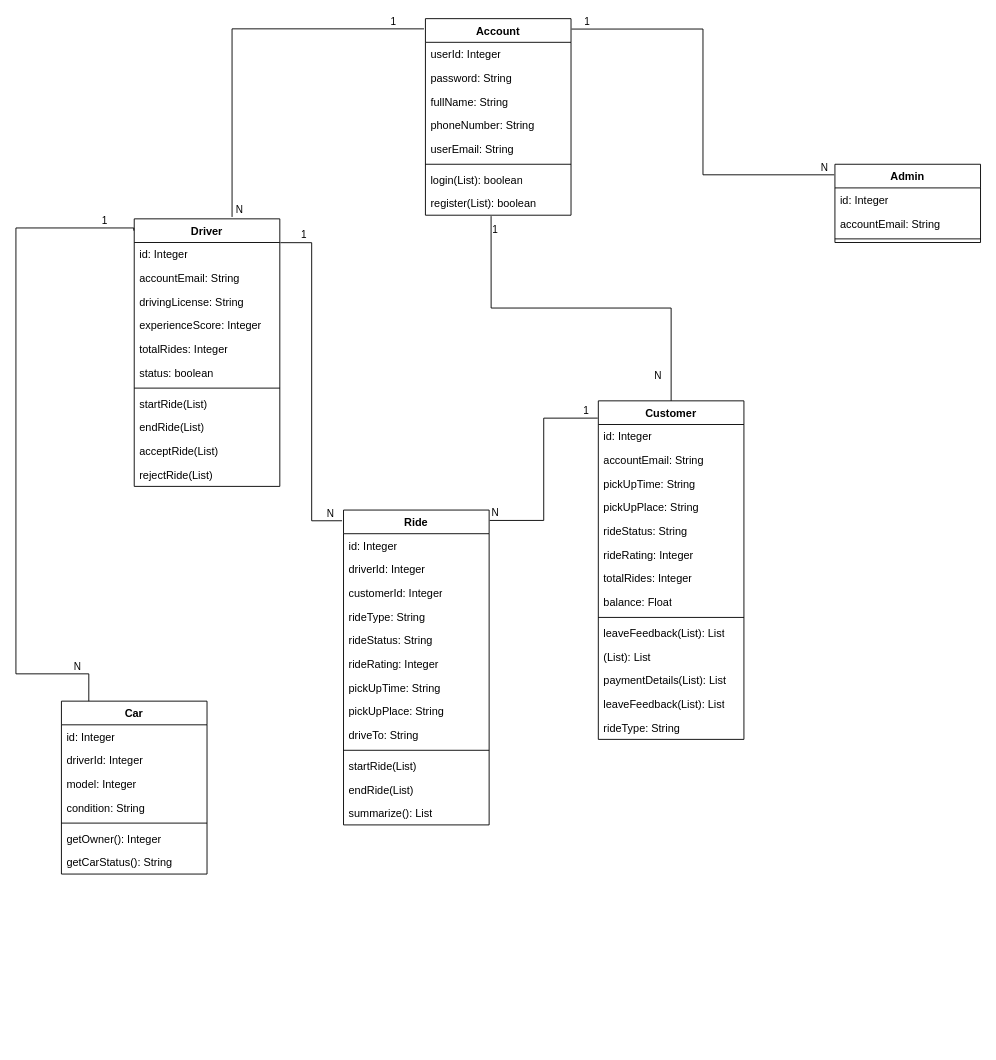
Before: ClassDia.drawio in hard-gainer/UML, a draw.io diagram. Source tidied: cells renumbered, new cells numbered last; positions are measured from the earlier drawing's top-left corner, leaving out a move shared by most shapes. Both pictures are drawn from the tidied source at 91%, with x=0, y=0 at pixel (15, 18).
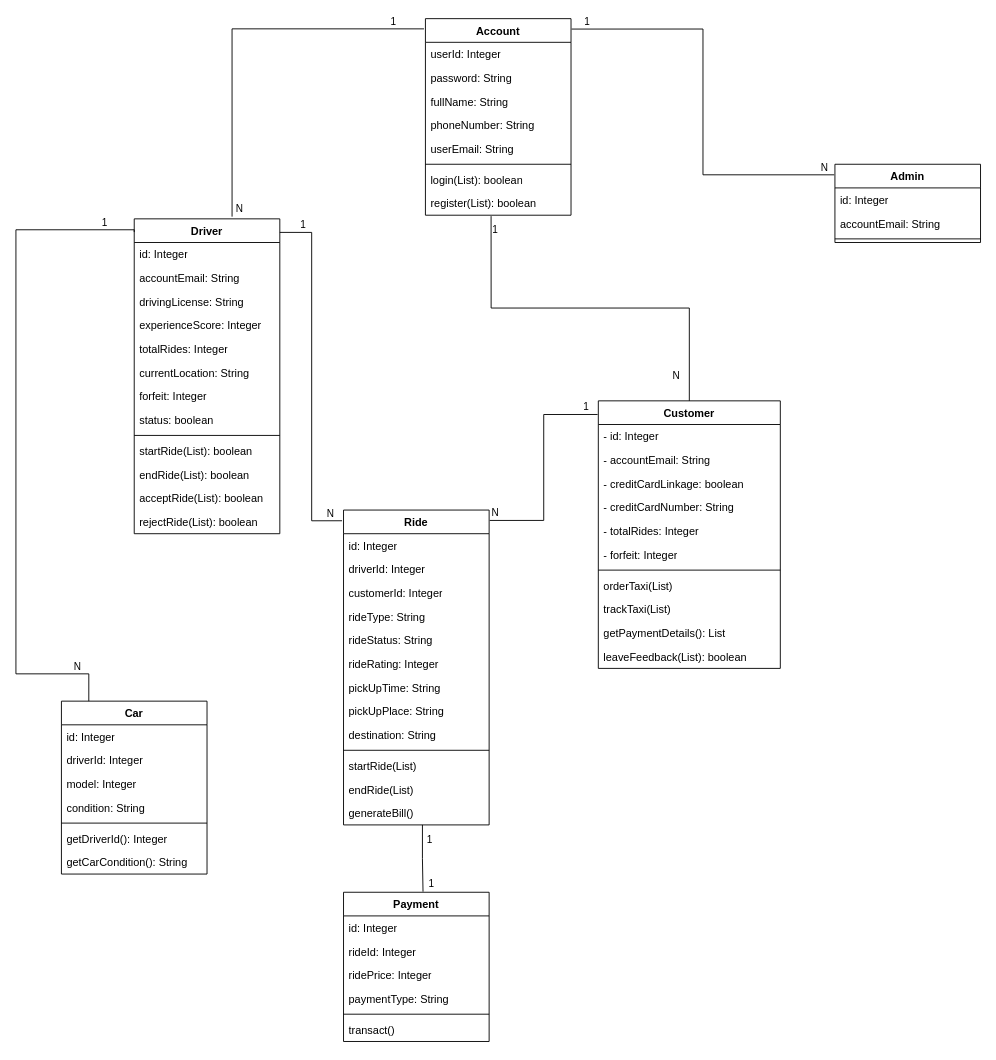
The same diagram, later.

The change refers to these unchanged cells:
```xml
<mxCell id="38" value="Car" style="swimlane;fontStyle=1;align=center;verticalAlign=top;horizontal=1;startSize=26;whiteSpace=wrap;html=1;" parent="1" vertex="1">
  <mxGeometry x="50" y="750" width="160" height="190" as="geometry" />
</mxCell>
<mxCell id="46" value="Ride" style="swimlane;fontStyle=1;align=center;verticalAlign=top;horizontal=1;startSize=26;whiteSpace=wrap;html=1;" parent="1" vertex="1">
  <mxGeometry x="360" y="540" width="160" height="346" as="geometry" />
</mxCell>
```

Diff of the diagram source:
```diff
@@
     <mxCell id="11" value="Customer" style="swimlane;fontStyle=1;align=center;verticalAlign=top;horizontal=1;startSize=26;whiteSpace=wrap;html=1;" parent="1" vertex="1">
-      <mxGeometry x="640" y="420" width="160" height="372" as="geometry" />
+      <mxGeometry x="640" y="420" width="200" height="294" as="geometry" />
     </mxCell>
-    <mxCell id="12" value="id: Integer" style="text;strokeColor=none;fillColor=none;align=left;verticalAlign=top;spacingLeft=4;spacingRight=4;overflow=hidden;whiteSpace=wrap;html=1;" parent="11" vertex="1">
-      <mxGeometry y="26" width="160" height="26" as="geometry" />
+    <mxCell id="12" value="- id: Integer" style="text;strokeColor=none;fillColor=none;align=left;verticalAlign=top;spacingLeft=4;spacingRight=4;overflow=hidden;whiteSpace=wrap;html=1;" parent="11" vertex="1">
+      <mxGeometry y="26" width="200" height="26" as="geometry" />
     </mxCell>
-    <mxCell id="13" value="accountEmail: String" style="text;strokeColor=none;fillColor=none;align=left;verticalAlign=top;spacingLeft=4;spacingRight=4;overflow=hidden;whiteSpace=wrap;html=1;" parent="11" vertex="1">
-      <mxGeometry y="52" width="160" height="26" as="geometry" />
+    <mxCell id="13" value="- accountEmail: String" style="text;strokeColor=none;fillColor=none;align=left;verticalAlign=top;spacingLeft=4;spacingRight=4;overflow=hidden;whiteSpace=wrap;html=1;" parent="11" vertex="1">
+      <mxGeometry y="52" width="200" height="26" as="geometry" />
     </mxCell>
-    <mxCell id="14" value="pickUpTime: String" style="text;strokeColor=none;fillColor=none;align=left;verticalAlign=top;spacingLeft=4;spacingRight=4;overflow=hidden;whiteSpace=wrap;html=1;" parent="11" vertex="1">
-      <mxGeometry y="78" width="160" height="26" as="geometry" />
-    </mxCell>
-    <mxCell id="15" value="pickUpPlace: String" style="text;strokeColor=none;fillColor=none;align=left;verticalAlign=top;spacingLeft=4;spacingRight=4;overflow=hidden;whiteSpace=wrap;html=1;" parent="11" vertex="1">
-      <mxGeometry y="104" width="160" height="26" as="geometry" />
-    </mxCell>
-    <mxCell id="16" value="rideStatus: String" style="text;strokeColor=none;fillColor=none;align=left;verticalAlign=top;spacingLeft=4;spacingRight=4;overflow=hidden;whiteSpace=wrap;html=1;" parent="11" vertex="1">
-      <mxGeometry y="130" width="160" height="26" as="geometry" />
-    </mxCell>
-    <mxCell id="17" value="rideRating: Integer" style="text;strokeColor=none;fillColor=none;align=left;verticalAlign=top;spacingLeft=4;spacingRight=4;overflow=hidden;whiteSpace=wrap;html=1;" parent="11" vertex="1">
-      <mxGeometry y="156" width="160" height="26" as="geometry" />
-    </mxCell>
+    <mxCell id="82" value="- creditCardLinkage: boolean" style="text;strokeColor=none;fillColor=none;align=left;verticalAlign=top;spacingLeft=4;spacingRight=4;overflow=hidden;whiteSpace=wrap;html=1;" parent="11" vertex="1">
+      <mxGeometry y="78" width="200" height="26" as="geometry" />
+    </mxCell>
+    <mxCell id="83" value="- creditCardNumber: String" style="text;strokeColor=none;fillColor=none;align=left;verticalAlign=top;spacingLeft=4;spacingRight=4;overflow=hidden;whiteSpace=wrap;html=1;" parent="11" vertex="1">
+      <mxGeometry y="104" width="200" height="26" as="geometry" />
+    </mxCell>
-    <mxCell id="18" value="totalRides: Integer" style="text;strokeColor=none;fillColor=none;align=left;verticalAlign=top;spacingLeft=4;spacingRight=4;overflow=hidden;whiteSpace=wrap;html=1;" parent="11" vertex="1">
-      <mxGeometry y="182" width="160" height="26" as="geometry" />
+    <mxCell id="18" value="- totalRides: Integer" style="text;strokeColor=none;fillColor=none;align=left;verticalAlign=top;spacingLeft=4;spacingRight=4;overflow=hidden;whiteSpace=wrap;html=1;" parent="11" vertex="1">
+      <mxGeometry y="130" width="200" height="26" as="geometry" />
     </mxCell>
-    <mxCell id="19" value="balance: Float" style="text;strokeColor=none;fillColor=none;align=left;verticalAlign=top;spacingLeft=4;spacingRight=4;overflow=hidden;whiteSpace=wrap;html=1;" parent="11" vertex="1">
-      <mxGeometry y="208" width="160" height="26" as="geometry" />
-    </mxCell>
+    <mxCell id="84" value="- forfeit: Integer" style="text;strokeColor=none;fillColor=none;align=left;verticalAlign=top;spacingLeft=4;spacingRight=4;overflow=hidden;whiteSpace=wrap;html=1;" parent="11" vertex="1">
+      <mxGeometry y="156" width="200" height="26" as="geometry" />
+    </mxCell>
     <mxCell id="20" style="line;strokeWidth=1;fillColor=none;align=left;verticalAlign=middle;spacingTop=-1;spacingLeft=3;spacingRight=3;labelPosition=right;strokeColor=inherit;" parent="11" vertex="1">
-      <mxGeometry y="234" width="160" height="8" as="geometry" />
+      <mxGeometry y="182" width="200" height="8" as="geometry" />
     </mxCell>
-    <mxCell id="21" value="leaveFeedback(List): List" style="text;strokeColor=none;fillColor=none;align=left;verticalAlign=top;spacingLeft=4;spacingRight=4;overflow=hidden;whiteSpace=wrap;html=1;" parent="11" vertex="1">
-      <mxGeometry y="242" width="160" height="26" as="geometry" />
-    </mxCell>
-    <mxCell id="22" value="(List): List" style="text;strokeColor=none;fillColor=none;align=left;verticalAlign=top;spacingLeft=4;spacingRight=4;overflow=hidden;whiteSpace=wrap;html=1;" parent="11" vertex="1">
-      <mxGeometry y="268" width="160" height="26" as="geometry" />
-    </mxCell>
+    <mxCell id="85" value="orderTaxi(List)" style="text;strokeColor=none;fillColor=none;align=left;verticalAlign=top;spacingLeft=4;spacingRight=4;overflow=hidden;whiteSpace=wrap;html=1;" parent="11" vertex="1">
+      <mxGeometry y="190" width="200" height="26" as="geometry" />
+    </mxCell>
+    <mxCell id="86" value="trackTaxi(List)" style="text;strokeColor=none;fillColor=none;align=left;verticalAlign=top;spacingLeft=4;spacingRight=4;overflow=hidden;whiteSpace=wrap;html=1;" parent="11" vertex="1">
+      <mxGeometry y="216" width="200" height="26" as="geometry" />
+    </mxCell>
-    <mxCell id="23" value="paymentDetails(List): List" style="text;strokeColor=none;fillColor=none;align=left;verticalAlign=top;spacingLeft=4;spacingRight=4;overflow=hidden;whiteSpace=wrap;html=1;" parent="11" vertex="1">
-      <mxGeometry y="294" width="160" height="26" as="geometry" />
+    <mxCell id="23" value="getPaymentDetails(): List" style="text;strokeColor=none;fillColor=none;align=left;verticalAlign=top;spacingLeft=4;spacingRight=4;overflow=hidden;whiteSpace=wrap;html=1;" parent="11" vertex="1">
+      <mxGeometry y="242" width="200" height="26" as="geometry" />
     </mxCell>
-    <mxCell id="24" value="leaveFeedback(List): List" style="text;strokeColor=none;fillColor=none;align=left;verticalAlign=top;spacingLeft=4;spacingRight=4;overflow=hidden;whiteSpace=wrap;html=1;" parent="11" vertex="1">
-      <mxGeometry y="320" width="160" height="26" as="geometry" />
+    <mxCell id="24" value="leaveFeedback(List): boolean" style="text;strokeColor=none;fillColor=none;align=left;verticalAlign=top;spacingLeft=4;spacingRight=4;overflow=hidden;whiteSpace=wrap;html=1;" parent="11" vertex="1">
+      <mxGeometry y="268" width="200" height="26" as="geometry" />
     </mxCell>
-    <mxCell id="25" value="rideType: String" style="text;strokeColor=none;fillColor=none;align=left;verticalAlign=top;spacingLeft=4;spacingRight=4;overflow=hidden;whiteSpace=wrap;html=1;" parent="11" vertex="1">
-      <mxGeometry y="346" width="160" height="26" as="geometry" />
-    </mxCell>
     <mxCell id="26" value="Driver" style="swimlane;fontStyle=1;align=center;verticalAlign=top;horizontal=1;startSize=26;whiteSpace=wrap;html=1;" parent="1" vertex="1">
-      <mxGeometry x="130" y="220" width="160" height="294" as="geometry" />
+      <mxGeometry x="130" y="220" width="160" height="346" as="geometry" />
     </mxCell>
@@
+    <mxCell id="87" value="currentLocation: String" style="text;strokeColor=none;fillColor=none;align=left;verticalAlign=top;spacingLeft=4;spacingRight=4;overflow=hidden;whiteSpace=wrap;html=1;" parent="26" vertex="1">
+      <mxGeometry y="156" width="160" height="26" as="geometry" />
+    </mxCell>
+    <mxCell id="88" value="forfeit: Integer" style="text;strokeColor=none;fillColor=none;align=left;verticalAlign=top;spacingLeft=4;spacingRight=4;overflow=hidden;whiteSpace=wrap;html=1;" parent="26" vertex="1">
+      <mxGeometry y="182" width="160" height="26" as="geometry" />
+    </mxCell>
     <mxCell id="32" value="status: boolean" style="text;strokeColor=none;fillColor=none;align=left;verticalAlign=top;spacingLeft=4;spacingRight=4;overflow=hidden;whiteSpace=wrap;html=1;" parent="26" vertex="1">
-      <mxGeometry y="156" width="160" height="26" as="geometry" />
+      <mxGeometry y="208" width="160" height="26" as="geometry" />
     </mxCell>
     <mxCell id="33" style="line;strokeWidth=1;fillColor=none;align=left;verticalAlign=middle;spacingTop=-1;spacingLeft=3;spacingRight=3;labelPosition=right;strokeColor=inherit;" parent="26" vertex="1">
-      <mxGeometry y="182" width="160" height="8" as="geometry" />
+      <mxGeometry y="234" width="160" height="8" as="geometry" />
     </mxCell>
-    <mxCell id="34" value="startRide(List)" style="text;strokeColor=none;fillColor=none;align=left;verticalAlign=top;spacingLeft=4;spacingRight=4;overflow=hidden;whiteSpace=wrap;html=1;" parent="26" vertex="1">
-      <mxGeometry y="190" width="160" height="26" as="geometry" />
+    <mxCell id="34" value="startRide(List): boolean" style="text;strokeColor=none;fillColor=none;align=left;verticalAlign=top;spacingLeft=4;spacingRight=4;overflow=hidden;whiteSpace=wrap;html=1;" parent="26" vertex="1">
+      <mxGeometry y="242" width="160" height="26" as="geometry" />
     </mxCell>
-    <mxCell id="35" value="endRide(List)" style="text;strokeColor=none;fillColor=none;align=left;verticalAlign=top;spacingLeft=4;spacingRight=4;overflow=hidden;whiteSpace=wrap;html=1;" parent="26" vertex="1">
-      <mxGeometry y="216" width="160" height="26" as="geometry" />
+    <mxCell id="35" value="endRide(List): boolean" style="text;strokeColor=none;fillColor=none;align=left;verticalAlign=top;spacingLeft=4;spacingRight=4;overflow=hidden;whiteSpace=wrap;html=1;" parent="26" vertex="1">
+      <mxGeometry y="268" width="160" height="26" as="geometry" />
     </mxCell>
-    <mxCell id="36" value="acceptRide(List)" style="text;strokeColor=none;fillColor=none;align=left;verticalAlign=top;spacingLeft=4;spacingRight=4;overflow=hidden;whiteSpace=wrap;html=1;" parent="26" vertex="1">
-      <mxGeometry y="242" width="160" height="26" as="geometry" />
+    <mxCell id="36" value="acceptRide(List): boolean" style="text;strokeColor=none;fillColor=none;align=left;verticalAlign=top;spacingLeft=4;spacingRight=4;overflow=hidden;whiteSpace=wrap;html=1;" parent="26" vertex="1">
+      <mxGeometry y="294" width="160" height="26" as="geometry" />
     </mxCell>
-    <mxCell id="37" value="rejectRide(List)" style="text;strokeColor=none;fillColor=none;align=left;verticalAlign=top;spacingLeft=4;spacingRight=4;overflow=hidden;whiteSpace=wrap;html=1;" parent="26" vertex="1">
-      <mxGeometry y="268" width="160" height="26" as="geometry" />
+    <mxCell id="37" value="rejectRide(List): boolean" style="text;strokeColor=none;fillColor=none;align=left;verticalAlign=top;spacingLeft=4;spacingRight=4;overflow=hidden;whiteSpace=wrap;html=1;" parent="26" vertex="1">
+      <mxGeometry y="320" width="160" height="26" as="geometry" />
     </mxCell>
@@
-    <mxCell id="44" value="getOwner(): Integer" style="text;strokeColor=none;fillColor=none;align=left;verticalAlign=top;spacingLeft=4;spacingRight=4;overflow=hidden;whiteSpace=wrap;html=1;" parent="38" vertex="1">
+    <mxCell id="44" value="getDriverId(): Integer" style="text;strokeColor=none;fillColor=none;align=left;verticalAlign=top;spacingLeft=4;spacingRight=4;overflow=hidden;whiteSpace=wrap;html=1;" parent="38" vertex="1">
       <mxGeometry y="138" width="160" height="26" as="geometry" />
     </mxCell>
-    <mxCell id="45" value="getCarStatus(): String" style="text;strokeColor=none;fillColor=none;align=left;verticalAlign=top;spacingLeft=4;spacingRight=4;overflow=hidden;whiteSpace=wrap;html=1;" parent="38" vertex="1">
+    <mxCell id="45" value="getCarCondition(): String" style="text;strokeColor=none;fillColor=none;align=left;verticalAlign=top;spacingLeft=4;spacingRight=4;overflow=hidden;whiteSpace=wrap;html=1;" parent="38" vertex="1">
       <mxGeometry y="164" width="160" height="26" as="geometry" />
     </mxCell>
@@
-    <mxCell id="55" value="driveTo: String" style="text;strokeColor=none;fillColor=none;align=left;verticalAlign=top;spacingLeft=4;spacingRight=4;overflow=hidden;whiteSpace=wrap;html=1;" parent="46" vertex="1">
+    <mxCell id="55" value="destination: String" style="text;strokeColor=none;fillColor=none;align=left;verticalAlign=top;spacingLeft=4;spacingRight=4;overflow=hidden;whiteSpace=wrap;html=1;" parent="46" vertex="1">
       <mxGeometry y="234" width="160" height="26" as="geometry" />
     </mxCell>
@@
-    <mxCell id="59" value="summarize(): List" style="text;strokeColor=none;fillColor=none;align=left;verticalAlign=top;spacingLeft=4;spacingRight=4;overflow=hidden;points=[[0,0.5],[1,0.5]];portConstraint=eastwest;whiteSpace=wrap;html=1;" parent="46" vertex="1">
+    <mxCell id="59" value="generateBill()" style="text;strokeColor=none;fillColor=none;align=left;verticalAlign=top;spacingLeft=4;spacingRight=4;overflow=hidden;points=[[0,0.5],[1,0.5]];portConstraint=eastwest;whiteSpace=wrap;html=1;" parent="46" vertex="1">
       <mxGeometry y="320" width="160" height="26" as="geometry" />
     </mxCell>
@@
-    <mxCell id="63" style="endArrow=none;html=1;edgeStyle=orthogonalEdgeStyle;rounded=0;entryX=1.004;entryY=0.089;entryDx=0;entryDy=0;entryPerimeter=0;exitX=-0.01;exitY=0.034;exitDx=0;exitDy=0;exitPerimeter=0;" parent="1" edge="1" source="46" target="26">
+    <mxCell id="63" style="endArrow=none;html=1;edgeStyle=orthogonalEdgeStyle;rounded=0;entryX=1;entryY=0.043;entryDx=0;entryDy=0;entryPerimeter=0;exitX=-0.01;exitY=0.034;exitDx=0;exitDy=0;exitPerimeter=0;" parent="1" edge="1" source="46" target="26">
       <mxGeometry relative="1" as="geometry" />
     </mxCell>
@@
-    <mxCell id="66" style="endArrow=none;html=1;edgeStyle=orthogonalEdgeStyle;rounded=0;entryX=-0.003;entryY=0.044;entryDx=0;entryDy=0;entryPerimeter=0;exitX=0.188;exitY=0;exitDx=0;exitDy=0;exitPerimeter=0;" parent="1" edge="1" source="38" target="26">
+    <mxCell id="66" style="endArrow=none;html=1;edgeStyle=orthogonalEdgeStyle;rounded=0;entryX=0;entryY=0.042;entryDx=0;entryDy=0;entryPerimeter=0;exitX=0.188;exitY=0;exitDx=0;exitDy=0;exitPerimeter=0;" parent="1" edge="1" source="38" target="26">
       <mxGeometry relative="1" as="geometry">
         <Array as="points">
           <mxPoint x="80" y="720" />
           <mxPoint y="720" />
-          <mxPoint y="230" />
+          <mxPoint y="232" />
+          <mxPoint x="130" y="232" />
         </Array>
       </mxGeometry>
     </mxCell>
@@
+    <mxCell id="89" value="Payment" style="swimlane;fontStyle=1;align=center;verticalAlign=top;horizontal=1;startSize=26;whiteSpace=wrap;html=1;" parent="1" vertex="1">
+      <mxGeometry x="360" y="960" width="160" height="164" as="geometry" />
+    </mxCell>
+    <mxCell id="90" value="id: Integer" style="text;strokeColor=none;fillColor=none;align=left;verticalAlign=top;spacingLeft=4;spacingRight=4;overflow=hidden;whiteSpace=wrap;html=1;" parent="89" vertex="1">
+      <mxGeometry y="26" width="160" height="26" as="geometry" />
+    </mxCell>
+    <mxCell id="91" value="rideId: Integer" style="text;strokeColor=none;fillColor=none;align=left;verticalAlign=top;spacingLeft=4;spacingRight=4;overflow=hidden;whiteSpace=wrap;html=1;" parent="89" vertex="1">
+      <mxGeometry y="52" width="160" height="26" as="geometry" />
+    </mxCell>
+    <mxCell id="92" value="ridePrice: Integer" style="text;strokeColor=none;fillColor=none;align=left;verticalAlign=top;spacingLeft=4;spacingRight=4;overflow=hidden;whiteSpace=wrap;html=1;" parent="89" vertex="1">
+      <mxGeometry y="78" width="160" height="26" as="geometry" />
+    </mxCell>
+    <mxCell id="93" value="paymentType: String" style="text;strokeColor=none;fillColor=none;align=left;verticalAlign=top;spacingLeft=4;spacingRight=4;overflow=hidden;whiteSpace=wrap;html=1;" parent="89" vertex="1">
+      <mxGeometry y="104" width="160" height="26" as="geometry" />
+    </mxCell>
+    <mxCell id="94" style="line;strokeWidth=1;fillColor=none;align=left;verticalAlign=middle;spacingTop=-1;spacingLeft=3;spacingRight=3;labelPosition=right;strokeColor=inherit;" parent="89" vertex="1">
+      <mxGeometry y="130" width="160" height="8" as="geometry" />
+    </mxCell>
+    <mxCell id="95" value="transact()" style="text;strokeColor=none;fillColor=none;align=left;verticalAlign=top;spacingLeft=4;spacingRight=4;overflow=hidden;whiteSpace=wrap;html=1;" parent="89" vertex="1">
+      <mxGeometry y="138" width="160" height="26" as="geometry" />
+    </mxCell>
+    <mxCell id="96" style="endArrow=none;html=1;edgeStyle=orthogonalEdgeStyle;rounded=0;exitX=0.542;exitY=1;exitDx=0;exitDy=0;exitPerimeter=0;entryX=0.546;entryY=-0.004;entryDx=0;entryDy=0;entryPerimeter=0;" parent="1" edge="1" source="59" target="89">
+      <mxGeometry relative="1" as="geometry" />
+    </mxCell>
+    <mxCell id="97" value="1" style="edgeLabel;html=1;align=left;verticalAlign=bottom;" parent="96" vertex="1">
+      <mxGeometry x="-1" relative="1" as="geometry">
+        <mxPoint x="3" y="24" as="offset" />
+      </mxGeometry>
+    </mxCell>
+    <mxCell id="98" value="1" style="edgeLabel;html=1;align=right;verticalAlign=bottom;" parent="96" vertex="1">
+      <mxGeometry x="1" relative="1" as="geometry">
+        <mxPoint x="13" as="offset" />
+      </mxGeometry>
+    </mxCell>
```
